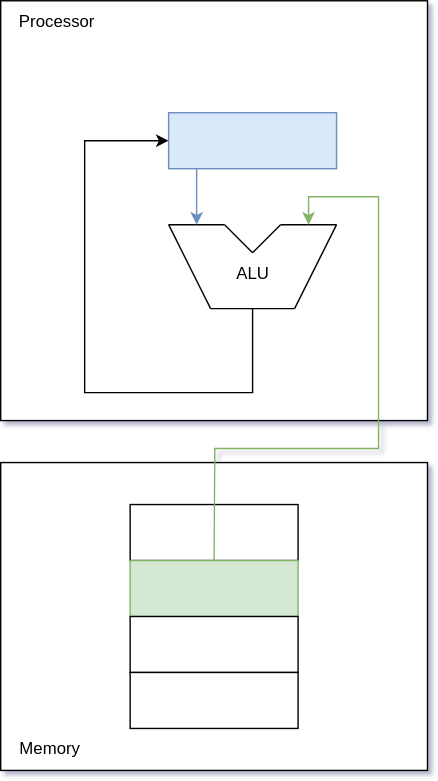
Earlier version of the draw.io export static/images/arch/acc_arch.svg (Incapamentum/incapamentum.github.io). Source tidied: cells renumbered, new cells last; positions are measured from the earlier drawing's top-left corner, leaving out a move shared by most shapes.
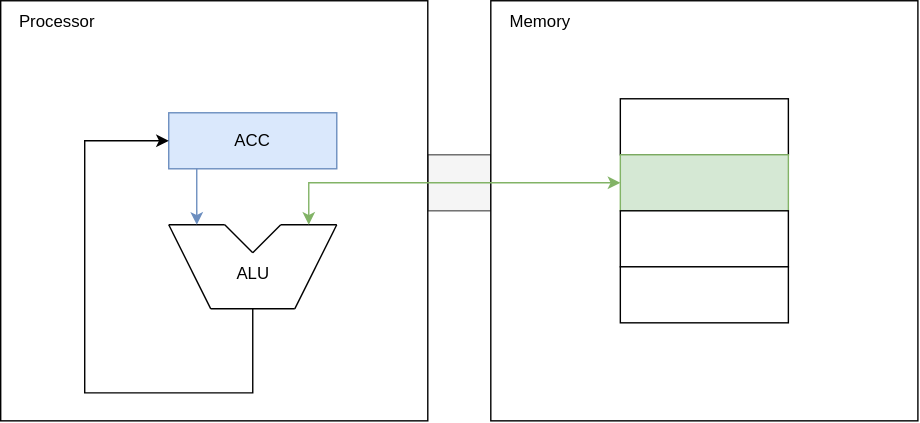
After the change.

Change to the diagram source:
```diff
@@ -2,13 +2,16 @@
   <root>
     <mxCell id="0" />
     <mxCell id="1" parent="0" />
+    <mxCell id="22" style="rounded=0;whiteSpace=wrap;html=1;fillColor=#f5f5f5;fontColor=#333333;strokeColor=#666666;" parent="1" vertex="1">
+      <mxGeometry x="305" y="110" width="45" height="40" as="geometry" />
+    </mxCell>
     <mxCell id="2" style="rounded=0;whiteSpace=wrap;html=1;" parent="1" vertex="1">
-      <mxGeometry y="330" width="305" height="220" as="geometry" />
+      <mxGeometry x="350" width="305" height="300" as="geometry" />
     </mxCell>
     <mxCell id="3" style="rounded=0;whiteSpace=wrap;html=1;" parent="1" vertex="1">
       <mxGeometry width="305" height="300" as="geometry" />
     </mxCell>
-    <mxCell id="4" style="rounded=0;whiteSpace=wrap;html=1;fillColor=#dae8fc;strokeColor=#6c8ebf;" parent="1" vertex="1">
+    <mxCell id="4" value="ACC" style="rounded=0;whiteSpace=wrap;html=1;fillColor=#dae8fc;strokeColor=#6c8ebf;" parent="1" vertex="1">
       <mxGeometry x="120" y="80" width="120" height="40" as="geometry" />
     </mxCell>
     <mxCell id="5" style="endArrow=none;html=1;rounded=0;" parent="1" edge="1">
@@ -73,31 +76,30 @@
       </mxGeometry>
     </mxCell>
     <mxCell id="15" style="rounded=0;whiteSpace=wrap;html=1;" parent="1" vertex="1">
-      <mxGeometry x="92.5" y="360" width="120" height="40" as="geometry" />
+      <mxGeometry x="442.5" y="70" width="120" height="40" as="geometry" />
     </mxCell>
     <mxCell id="16" style="rounded=0;whiteSpace=wrap;html=1;fillColor=#d5e8d4;strokeColor=#82b366;" parent="1" vertex="1">
-      <mxGeometry x="92.5" y="400" width="120" height="40" as="geometry" />
+      <mxGeometry x="442.5" y="110" width="120" height="40" as="geometry" />
     </mxCell>
     <mxCell id="17" style="rounded=0;whiteSpace=wrap;html=1;" parent="1" vertex="1">
-      <mxGeometry x="92.5" y="440" width="120" height="40" as="geometry" />
+      <mxGeometry x="442.5" y="150" width="120" height="40" as="geometry" />
     </mxCell>
     <mxCell id="18" style="rounded=0;whiteSpace=wrap;html=1;" parent="1" vertex="1">
-      <mxGeometry x="92.5" y="480" width="120" height="40" as="geometry" />
+      <mxGeometry x="442.5" y="190" width="120" height="40" as="geometry" />
     </mxCell>
     <mxCell id="19" value="Processor" style="text;html=1;align=center;verticalAlign=middle;strokeColor=none;fillColor=none;" parent="1" vertex="1">
       <mxGeometry width="80" height="30" as="geometry" />
     </mxCell>
     <mxCell id="20" value="Memory" style="text;html=1;align=center;verticalAlign=middle;strokeColor=none;fillColor=none;" parent="1" vertex="1">
-      <mxGeometry y="520" width="70" height="30" as="geometry" />
+      <mxGeometry x="350" width="70" height="30" as="geometry" />
     </mxCell>
-    <mxCell id="21" style="endArrow=classic;html=1;rounded=0;exitX=0.5;exitY=1;exitDx=0;exitDy=0;fillColor=#d5e8d4;strokeColor=#82b366;" parent="1" edge="1" source="15">
+    <mxCell id="21" style="endArrow=classic;html=1;rounded=0;exitX=0;exitY=0.5;exitDx=0;exitDy=0;fillColor=#d5e8d4;strokeColor=#82b366;startArrow=classic;startFill=1;" parent="1" edge="1" source="16">
       <mxGeometry relative="1" as="geometry">
         <mxPoint x="220" y="160" as="targetPoint" />
         <Array as="points">
-          <mxPoint x="153" y="320" />
-          <mxPoint x="270" y="320" />
-          <mxPoint x="270" y="140" />
-          <mxPoint x="220" y="140" />
+          <mxPoint x="330" y="130" />
+          <mxPoint x="270" y="130" />
+          <mxPoint x="220" y="130" />
         </Array>
       </mxGeometry>
     </mxCell>
```
